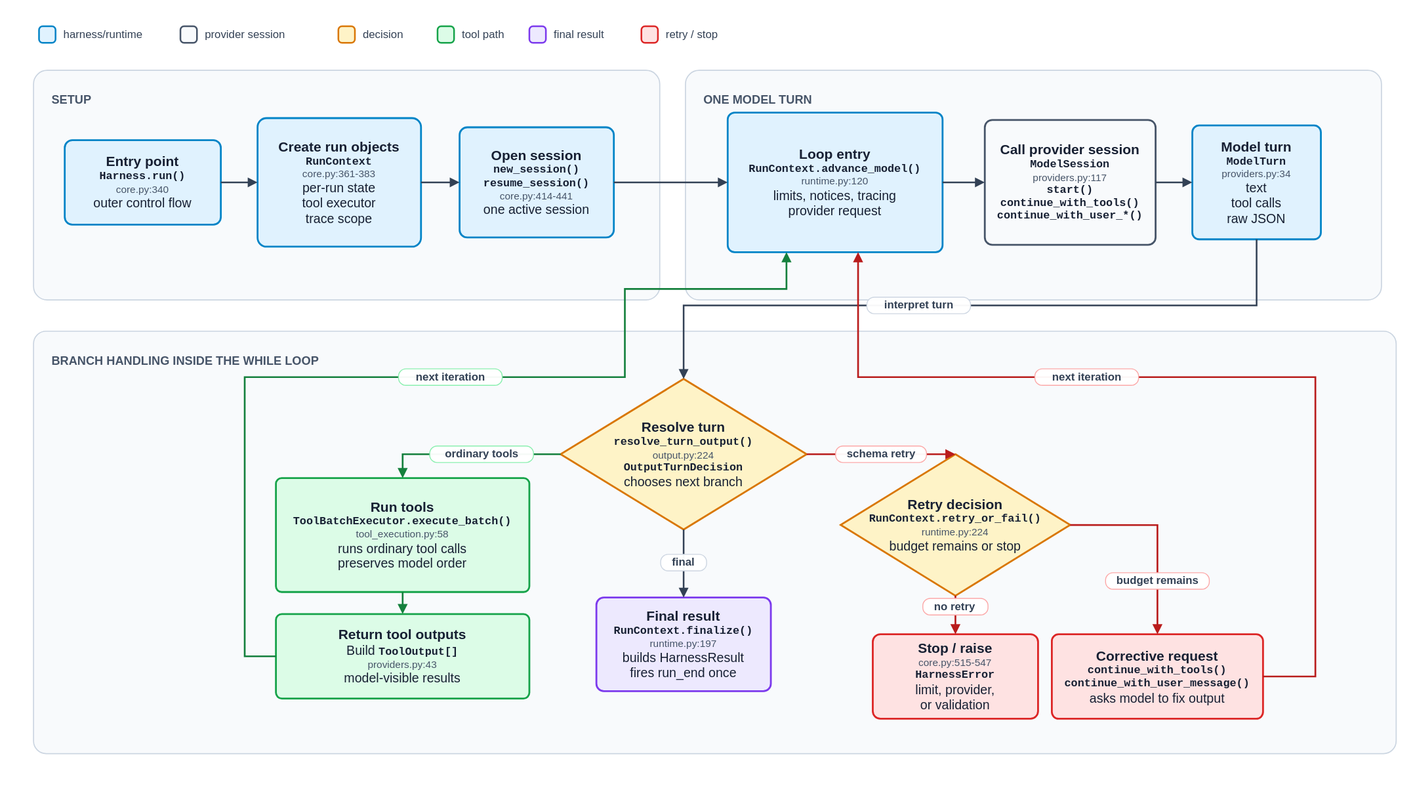
The draw.io diagram assets/thinharness-run-loop.svg in ryanbbrown/thinharness, before a commit. Source tidied: cells renumbered, new cells last; positions are measured from the earlier drawing's top-left corner, leaving out a move shared by most shapes.
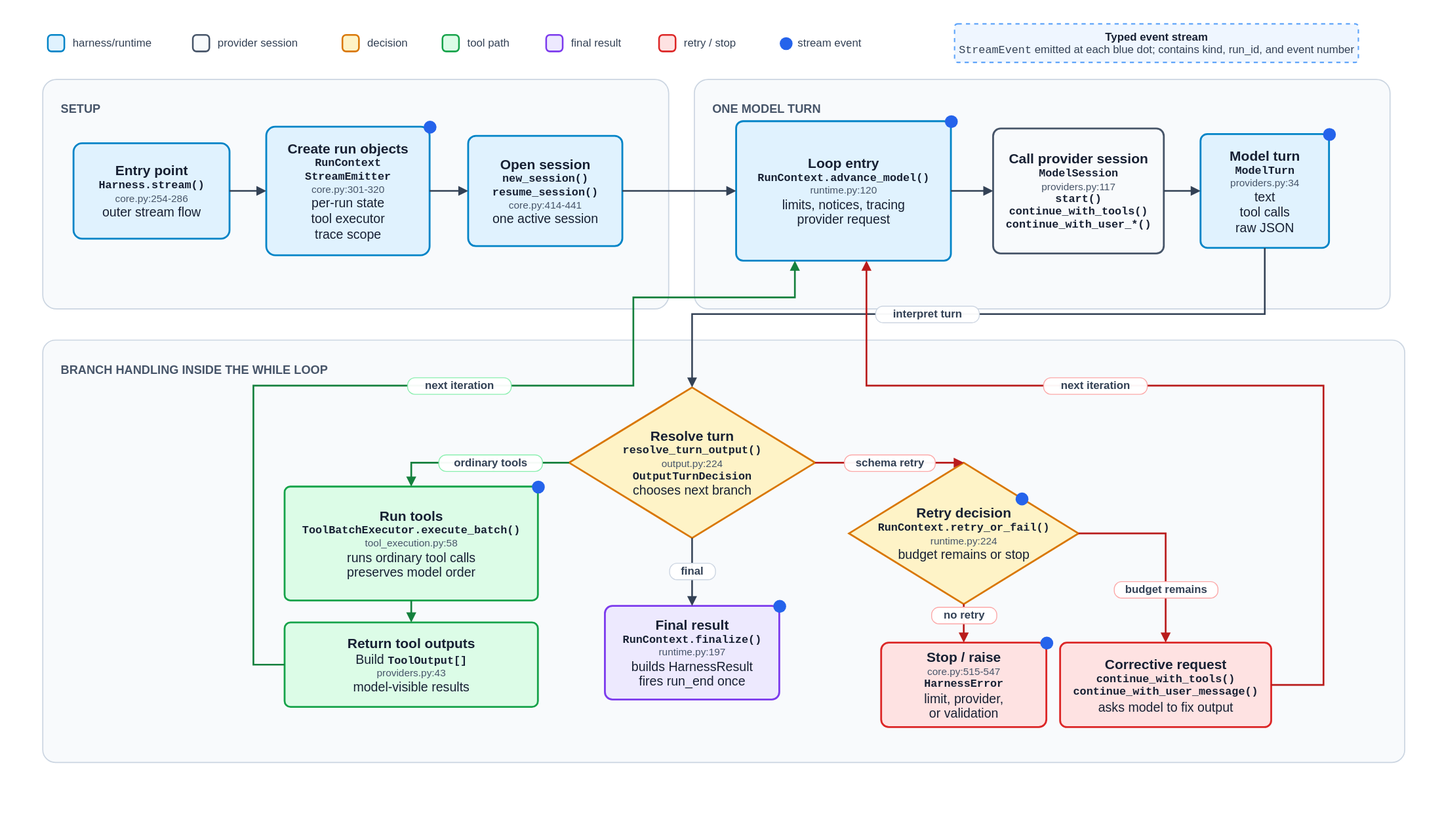
The same diagram one commit later.

Diff of the diagram source:
```diff
@@ -9,38 +9,47 @@
       <mxGeometry x="42" y="28" width="18" height="18" as="geometry" />
     </mxCell>
     <mxCell id="4" value="harness/runtime" style="text;html=1;strokeColor=none;fillColor=none;align=left;verticalAlign=middle;whiteSpace=wrap;rounded=0;fontFamily=Helvetica;fontSize=12;fontColor=#334155;spacing=0;" parent="1" vertex="1">
-      <mxGeometry x="69" y="28" width="118" height="18" as="geometry" />
+      <mxGeometry x="69" y="28" width="103" height="18" as="geometry" />
     </mxCell>
     <mxCell id="5" style="rounded=1;whiteSpace=wrap;html=1;arcSize=22;fillColor=#f8fafc;strokeColor=#475569;strokeWidth=1.8;" parent="1" vertex="1">
-      <mxGeometry x="196" y="28" width="18" height="18" as="geometry" />
+      <mxGeometry x="200" y="28" width="18" height="18" as="geometry" />
     </mxCell>
     <mxCell id="6" value="provider session" style="text;html=1;strokeColor=none;fillColor=none;align=left;verticalAlign=middle;whiteSpace=wrap;rounded=0;fontFamily=Helvetica;fontSize=12;fontColor=#334155;spacing=0;" parent="1" vertex="1">
-      <mxGeometry x="223" y="28" width="126" height="18" as="geometry" />
+      <mxGeometry x="227" y="28" width="108" height="18" as="geometry" />
     </mxCell>
     <mxCell id="7" style="rounded=1;whiteSpace=wrap;html=1;arcSize=22;fillColor=#fef3c7;strokeColor=#d97706;strokeWidth=1.8;" parent="1" vertex="1">
-      <mxGeometry x="368" y="28" width="18" height="18" as="geometry" />
+      <mxGeometry x="363" y="28" width="18" height="18" as="geometry" />
     </mxCell>
     <mxCell id="8" value="decision" style="text;html=1;strokeColor=none;fillColor=none;align=left;verticalAlign=middle;whiteSpace=wrap;rounded=0;fontFamily=Helvetica;fontSize=12;fontColor=#334155;spacing=0;" parent="1" vertex="1">
-      <mxGeometry x="395" y="28" width="64" height="18" as="geometry" />
+      <mxGeometry x="390" y="28" width="54" height="18" as="geometry" />
     </mxCell>
     <mxCell id="9" style="rounded=1;whiteSpace=wrap;html=1;arcSize=22;fillColor=#dcfce7;strokeColor=#16a34a;strokeWidth=1.8;" parent="1" vertex="1">
-      <mxGeometry x="476" y="28" width="18" height="18" as="geometry" />
+      <mxGeometry x="472" y="28" width="18" height="18" as="geometry" />
     </mxCell>
     <mxCell id="10" value="tool path" style="text;html=1;strokeColor=none;fillColor=none;align=left;verticalAlign=middle;whiteSpace=wrap;rounded=0;fontFamily=Helvetica;fontSize=12;fontColor=#334155;spacing=0;" parent="1" vertex="1">
-      <mxGeometry x="503" y="28" width="74" height="18" as="geometry" />
+      <mxGeometry x="499" y="28" width="58" height="18" as="geometry" />
     </mxCell>
     <mxCell id="11" style="rounded=1;whiteSpace=wrap;html=1;arcSize=22;fillColor=#ede9fe;strokeColor=#7c3aed;strokeWidth=1.8;" parent="1" vertex="1">
-      <mxGeometry x="576" y="28" width="18" height="18" as="geometry" />
+      <mxGeometry x="585" y="28" width="18" height="18" as="geometry" />
     </mxCell>
     <mxCell id="12" value="final result" style="text;html=1;strokeColor=none;fillColor=none;align=left;verticalAlign=middle;whiteSpace=wrap;rounded=0;fontFamily=Helvetica;fontSize=12;fontColor=#334155;spacing=0;" parent="1" vertex="1">
-      <mxGeometry x="603" y="28" width="86" height="18" as="geometry" />
+      <mxGeometry x="612" y="28" width="68" height="18" as="geometry" />
     </mxCell>
     <mxCell id="13" style="rounded=1;whiteSpace=wrap;html=1;arcSize=22;fillColor=#fee2e2;strokeColor=#dc2626;strokeWidth=1.8;" parent="1" vertex="1">
-      <mxGeometry x="698" y="28" width="18" height="18" as="geometry" />
+      <mxGeometry x="708" y="28" width="18" height="18" as="geometry" />
     </mxCell>
     <mxCell id="14" value="retry / stop" style="text;html=1;strokeColor=none;fillColor=none;align=left;verticalAlign=middle;whiteSpace=wrap;rounded=0;fontFamily=Helvetica;fontSize=12;fontColor=#334155;spacing=0;" parent="1" vertex="1">
-      <mxGeometry x="725" y="28" width="92" height="18" as="geometry" />
+      <mxGeometry x="735" y="28" width="76" height="18" as="geometry" />
     </mxCell>
+    <mxCell id="56" style="ellipse;whiteSpace=wrap;html=1;fillColor=#2563eb;strokeColor=none;" parent="1" vertex="1">
+      <mxGeometry x="839" y="30" width="14" height="14" as="geometry" />
+    </mxCell>
+    <mxCell id="57" value="stream event" style="text;html=1;strokeColor=none;fillColor=none;align=left;verticalAlign=middle;whiteSpace=wrap;rounded=0;fontFamily=Helvetica;fontSize=12;fontColor=#334155;spacing=0;" parent="1" vertex="1">
+      <mxGeometry x="859" y="28" width="84" height="18" as="geometry" />
+    </mxCell>
+    <mxCell id="58" value="&lt;div style=&quot;font-weight:700;color:#172033&quot;&gt;Typed event stream&lt;/div&gt;&lt;div&gt;&lt;span style=&quot;font-family:Menlo,Monaco,Consolas,monospace&quot;&gt;StreamEvent&lt;/span&gt; emitted at each blue dot; contains kind, run_id, and event number&lt;/div&gt;" style="rounded=1;whiteSpace=wrap;html=1;arcSize=8;fillColor=#eff6ff;strokeColor=#60a5fa;strokeWidth=1.5;dashed=1;fontFamily=Helvetica;fontSize=12;fontColor=#334155;align=center;verticalAlign=middle;spacing=0;" parent="1" vertex="1">
+      <mxGeometry x="1030" y="16" width="440" height="42" as="geometry" />
+    </mxCell>
     <mxCell id="15" style="rounded=1;whiteSpace=wrap;html=1;arcSize=6;fillColor=#f8fafc;strokeColor=#cbd5e1;strokeWidth=1.2;" parent="1" vertex="1">
       <mxGeometry x="36" y="76" width="682" height="250" as="geometry" />
     </mxCell>
@@ -59,10 +68,10 @@
     <mxCell id="20" value="BRANCH HANDLING INSIDE THE WHILE LOOP" style="text;html=1;strokeColor=none;fillColor=none;align=left;verticalAlign=top;whiteSpace=wrap;rounded=0;fontFamily=Helvetica;fontSize=13;fontStyle=1;fontColor=#475569;spacing=0;" parent="1" vertex="1">
       <mxGeometry x="56" y="380" width="330" height="20" as="geometry" />
     </mxCell>
-    <mxCell id="21" value="&lt;div style=&quot;font-size:15px;font-weight:700&quot;&gt;Entry point&lt;/div&gt;&lt;div style=&quot;font-family:Menlo,Monaco,Consolas,monospace;font-size:12px;font-weight:650&quot;&gt;Harness.run()&lt;/div&gt;&lt;div style=&quot;color:#475569;font-size:11px&quot;&gt;core.py:340&lt;/div&gt;&lt;div&gt;outer control flow&lt;/div&gt;" style="rounded=1;whiteSpace=wrap;html=1;arcSize=9;fillColor=#e0f2fe;strokeColor=#0284c7;strokeWidth=2;fontFamily=Helvetica;fontSize=14;fontColor=#172033;align=center;verticalAlign=middle;spacing=0;" parent="1" vertex="1">
-      <mxGeometry x="70" y="152" width="170" height="92" as="geometry" />
+    <mxCell id="21" value="&lt;div style=&quot;font-size:15px;font-weight:700&quot;&gt;Entry point&lt;/div&gt;&lt;div style=&quot;font-family:Menlo,Monaco,Consolas,monospace;font-size:12px;font-weight:650&quot;&gt;Harness.stream()&lt;/div&gt;&lt;div style=&quot;color:#475569;font-size:11px&quot;&gt;core.py:254-286&lt;/div&gt;&lt;div&gt;outer stream flow&lt;/div&gt;" style="rounded=1;whiteSpace=wrap;html=1;arcSize=9;fillColor=#e0f2fe;strokeColor=#0284c7;strokeWidth=2;fontFamily=Helvetica;fontSize=14;fontColor=#172033;align=center;verticalAlign=middle;spacing=0;" parent="1" vertex="1">
+      <mxGeometry x="70" y="146" width="170" height="104" as="geometry" />
     </mxCell>
-    <mxCell id="22" value="&lt;div style=&quot;font-size:15px;font-weight:700&quot;&gt;Create run objects&lt;/div&gt;&lt;div style=&quot;font-family:Menlo,Monaco,Consolas,monospace;font-size:12px;font-weight:650&quot;&gt;RunContext&lt;/div&gt;&lt;div style=&quot;color:#475569;font-size:11px&quot;&gt;core.py:361-383&lt;/div&gt;&lt;div&gt;per-run state&lt;/div&gt;&lt;div&gt;tool executor&lt;/div&gt;&lt;div&gt;trace scope&lt;/div&gt;" style="rounded=1;whiteSpace=wrap;html=1;arcSize=7;fillColor=#e0f2fe;strokeColor=#0284c7;strokeWidth=2;fontFamily=Helvetica;fontSize=14;fontColor=#172033;align=center;verticalAlign=middle;spacing=0;" parent="1" vertex="1">
+    <mxCell id="22" value="&lt;div style=&quot;font-size:15px;font-weight:700&quot;&gt;Create run objects&lt;/div&gt;&lt;div style=&quot;font-family:Menlo,Monaco,Consolas,monospace;font-size:12px;font-weight:650&quot;&gt;RunContext&lt;/div&gt;&lt;div style=&quot;font-family:Menlo,Monaco,Consolas,monospace;font-size:12px;font-weight:650&quot;&gt;StreamEmitter&lt;/div&gt;&lt;div style=&quot;color:#475569;font-size:11px&quot;&gt;core.py:301-320&lt;/div&gt;&lt;div&gt;per-run state&lt;/div&gt;&lt;div&gt;tool executor&lt;/div&gt;&lt;div&gt;trace scope&lt;/div&gt;" style="rounded=1;whiteSpace=wrap;html=1;arcSize=7;fillColor=#e0f2fe;strokeColor=#0284c7;strokeWidth=2;fontFamily=Helvetica;fontSize=14;fontColor=#172033;align=center;verticalAlign=middle;spacing=0;" parent="1" vertex="1">
       <mxGeometry x="280" y="128" width="178" height="140" as="geometry" />
     </mxCell>
     <mxCell id="23" value="&lt;div style=&quot;font-size:15px;font-weight:700&quot;&gt;Open session&lt;/div&gt;&lt;div style=&quot;font-family:Menlo,Monaco,Consolas,monospace;font-size:12px;font-weight:650&quot;&gt;new_session()&lt;/div&gt;&lt;div style=&quot;font-family:Menlo,Monaco,Consolas,monospace;font-size:12px;font-weight:650&quot;&gt;resume_session()&lt;/div&gt;&lt;div style=&quot;color:#475569;font-size:11px&quot;&gt;core.py:414-441&lt;/div&gt;&lt;div&gt;one active session&lt;/div&gt;" style="rounded=1;whiteSpace=wrap;html=1;arcSize=7;fillColor=#e0f2fe;strokeColor=#0284c7;strokeWidth=2;fontFamily=Helvetica;fontSize=14;fontColor=#172033;align=center;verticalAlign=middle;spacing=0;" parent="1" vertex="1">
@@ -191,5 +200,26 @@
     <mxCell id="55" value="next iteration" style="rounded=1;whiteSpace=wrap;html=1;arcSize=45;fillColor=#ffffff;strokeColor=#fca5a5;opacity=96;fontFamily=Helvetica;fontSize=12;fontStyle=1;fontColor=#334155;align=center;verticalAlign=middle;spacing=0;" parent="1" vertex="1">
       <mxGeometry x="1126.5" y="401" width="113" height="18" as="geometry" />
     </mxCell>
+    <mxCell id="59" style="ellipse;whiteSpace=wrap;html=1;fillColor=#2563eb;strokeColor=none;" parent="1" vertex="1">
+      <mxGeometry x="451" y="121" width="14" height="14" as="geometry" />
+    </mxCell>
+    <mxCell id="60" style="ellipse;whiteSpace=wrap;html=1;fillColor=#2563eb;strokeColor=none;" parent="1" vertex="1">
+      <mxGeometry x="1019" y="115" width="14" height="14" as="geometry" />
+    </mxCell>
+    <mxCell id="61" style="ellipse;whiteSpace=wrap;html=1;fillColor=#2563eb;strokeColor=none;" parent="1" vertex="1">
+      <mxGeometry x="1431" y="129" width="14" height="14" as="geometry" />
+    </mxCell>
+    <mxCell id="62" style="ellipse;whiteSpace=wrap;html=1;fillColor=#2563eb;strokeColor=none;" parent="1" vertex="1">
+      <mxGeometry x="569" y="513" width="14" height="14" as="geometry" />
+    </mxCell>
+    <mxCell id="63" style="ellipse;whiteSpace=wrap;html=1;fillColor=#2563eb;strokeColor=none;" parent="1" vertex="1">
+      <mxGeometry x="1096" y="526" width="14" height="14" as="geometry" />
+    </mxCell>
+    <mxCell id="64" style="ellipse;whiteSpace=wrap;html=1;fillColor=#2563eb;strokeColor=none;" parent="1" vertex="1">
+      <mxGeometry x="832" y="643" width="14" height="14" as="geometry" />
+    </mxCell>
+    <mxCell id="65" style="ellipse;whiteSpace=wrap;html=1;fillColor=#2563eb;strokeColor=none;" parent="1" vertex="1">
+      <mxGeometry x="1123" y="683" width="14" height="14" as="geometry" />
+    </mxCell>
   </root>
 </mxGraphModel>
```
